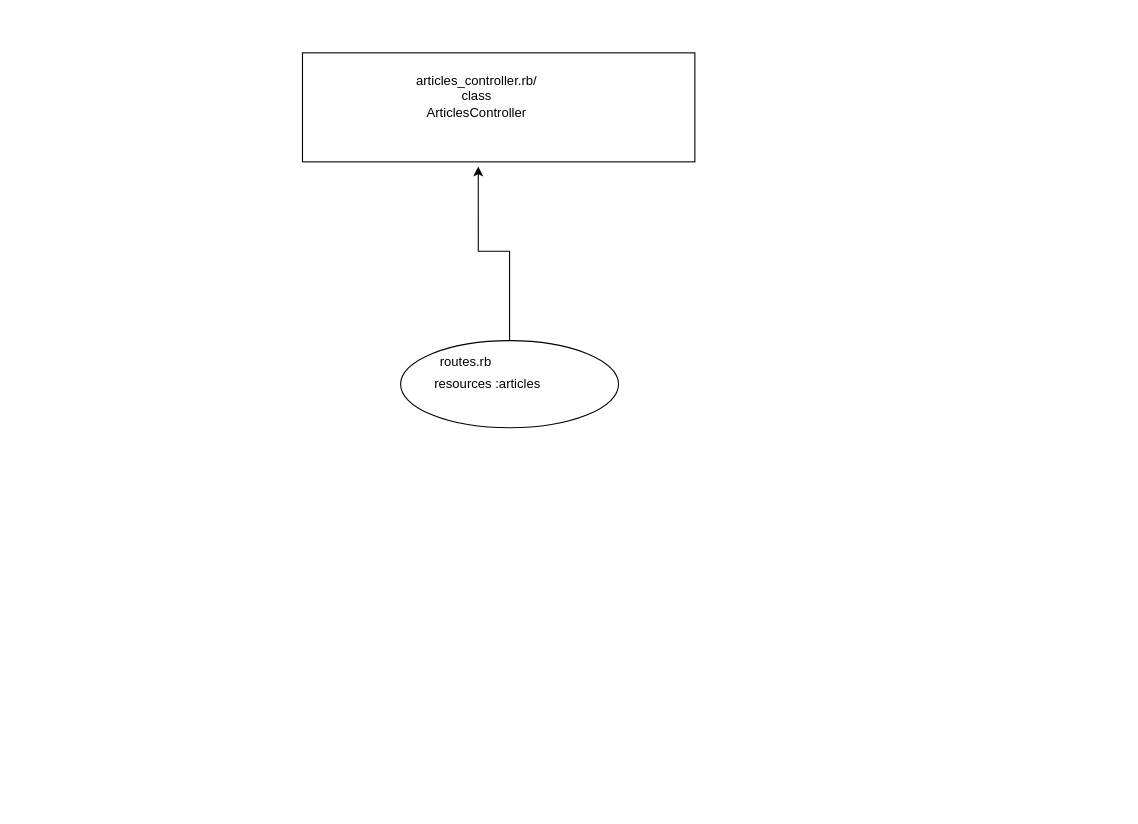
humblewolf/peanut-butter keeps this draw.io diagram as Untitled Diagram.drawio. Above is the earlier version. Source tidied: cells renumbered, new cells numbered last; positions are measured from the earlier drawing's top-left corner, leaving out a move shared by most shapes. Both pictures are drawn from the tidied source at 109%, with x=0, y=0 at pixel (302, 52).
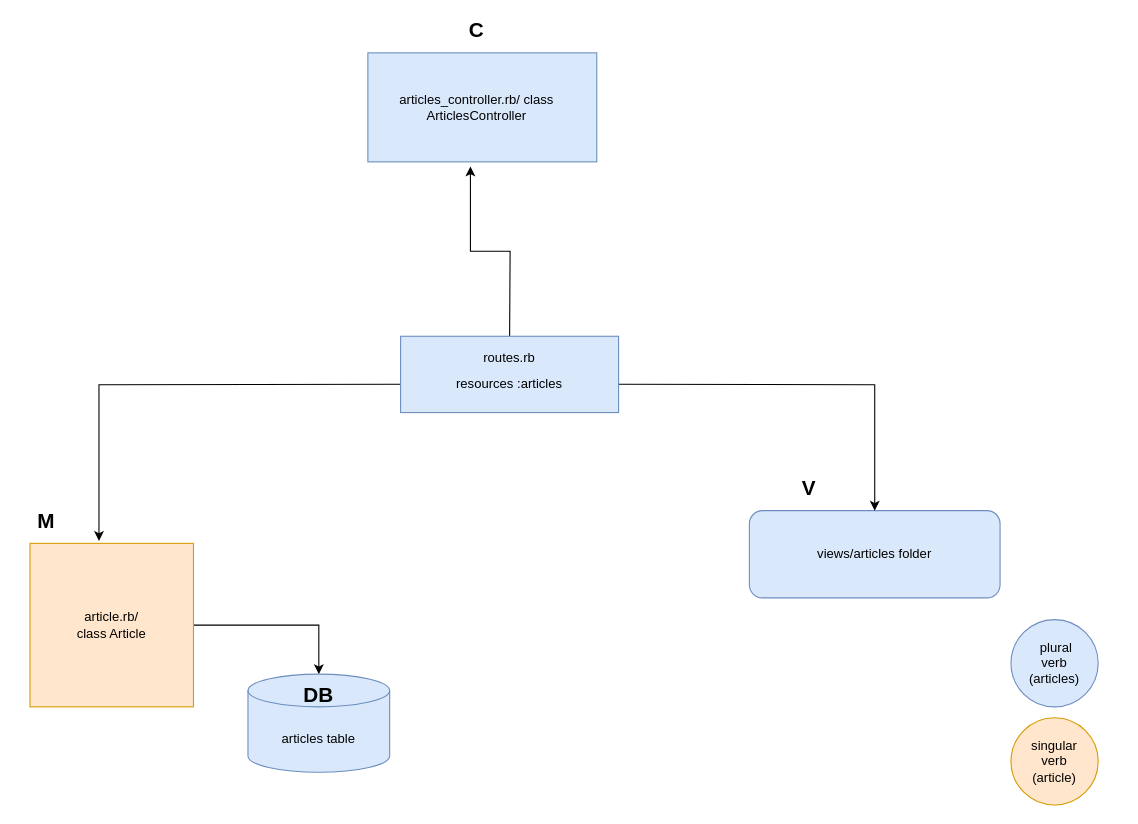
The same diagram, later.

Diff of the diagram source:
```diff
@@
-    <mxCell id="2" style="group;" parent="1" vertex="1">
-      <mxGeometry x="90" y="264" width="200" height="80" as="geometry" />
-    </mxCell>
-    <mxCell id="3" style="ellipse;whiteSpace=wrap;html=1;" parent="2" vertex="1">
-      <mxGeometry width="200" height="80" as="geometry" />
-    </mxCell>
-    <mxCell id="4" value="routes.rb" style="text;html=1;strokeColor=none;fillColor=none;align=center;verticalAlign=middle;whiteSpace=wrap;rounded=0;" parent="2" vertex="1">
-      <mxGeometry x="40" y="10" width="40" height="20" as="geometry" />
-    </mxCell>
-    <mxCell id="5" value="resources :articles" style="text;html=1;strokeColor=none;fillColor=none;align=center;verticalAlign=middle;whiteSpace=wrap;rounded=0;" parent="2" vertex="1">
-      <mxGeometry x="20" y="30" width="120" height="20" as="geometry" />
-    </mxCell>
-    <mxCell id="6" style="rounded=0;whiteSpace=wrap;html=1;" parent="1" vertex="1">
-      <mxGeometry width="360" height="100" as="geometry" />
+    <mxCell id="6" style="rounded=0;whiteSpace=wrap;html=1;fillColor=#dae8fc;strokeColor=#6c8ebf;" parent="1" vertex="1">
+      <mxGeometry x="60" width="210" height="100" as="geometry" />
     </mxCell>
     <mxCell id="7" value="articles_controller.rb/ class ArticlesController" style="text;html=1;strokeColor=none;fillColor=none;align=center;verticalAlign=middle;whiteSpace=wrap;rounded=0;" parent="1" vertex="1">
-      <mxGeometry x="130" y="30" width="60" height="20" as="geometry" />
+      <mxGeometry x="70" y="40" width="180" height="20" as="geometry" />
     </mxCell>
-    <mxCell id="8" style="edgeStyle=orthogonalEdgeStyle;rounded=0;jettySize=auto;html=1;entryX=0.448;entryY=1.043;entryDx=0;entryDy=0;entryPerimeter=0;" parent="1" edge="1" source="3" target="6">
-      <mxGeometry relative="1" as="geometry" />
+    <mxCell id="8" style="edgeStyle=orthogonalEdgeStyle;rounded=0;jettySize=auto;html=1;entryX=0.448;entryY=1.043;entryDx=0;entryDy=0;entryPerimeter=0;" parent="1" edge="1" target="6">
+      <mxGeometry relative="1" as="geometry">
+        <mxPoint x="190" y="264" as="sourcePoint" />
+      </mxGeometry>
     </mxCell>
+    <mxCell id="9" style="edgeStyle=orthogonalEdgeStyle;rounded=0;jettySize=auto;html=1;entryX=0.5;entryY=0;entryDx=0;entryDy=0;entryPerimeter=0;" parent="1" edge="1" source="10" target="16">
+      <mxGeometry relative="1" as="geometry" />
+    </mxCell>
+    <mxCell id="10" style="rectangle;whiteSpace=wrap;html=1;fillColor=#ffe6cc;strokeColor=#d79b00;" parent="1" vertex="1">
+      <mxGeometry x="-250" y="450" width="150" height="150" as="geometry" />
+    </mxCell>
+    <mxCell id="11" value="article.rb/ class Article" style="text;html=1;strokeColor=none;fillColor=none;align=center;verticalAlign=middle;whiteSpace=wrap;rounded=0;" parent="1" vertex="1">
+      <mxGeometry x="-210" y="515" width="70" height="20" as="geometry" />
+    </mxCell>
+    <mxCell id="12" style="edgeStyle=orthogonalEdgeStyle;rounded=0;jettySize=auto;html=1;entryX=0.422;entryY=-0.015;entryDx=0;entryDy=0;entryPerimeter=0;" parent="1" edge="1" target="10">
+      <mxGeometry relative="1" as="geometry">
+        <mxPoint x="90" y="304" as="sourcePoint" />
+      </mxGeometry>
+    </mxCell>
+    <mxCell id="13" style="rounded=1;whiteSpace=wrap;html=1;fillColor=#dae8fc;strokeColor=#6c8ebf;" parent="1" vertex="1">
+      <mxGeometry x="410" y="420" width="230" height="80" as="geometry" />
+    </mxCell>
+    <mxCell id="14" value="views/articles folder" style="text;html=1;strokeColor=none;fillColor=none;align=center;verticalAlign=middle;whiteSpace=wrap;rounded=0;" parent="1" vertex="1">
+      <mxGeometry x="450" y="450" width="150" height="20" as="geometry" />
+    </mxCell>
+    <mxCell id="15" style="edgeStyle=orthogonalEdgeStyle;rounded=0;jettySize=auto;html=1;entryX=0.5;entryY=0;entryDx=0;entryDy=0;" parent="1" edge="1" target="13">
+      <mxGeometry relative="1" as="geometry">
+        <mxPoint x="290" y="304" as="sourcePoint" />
+      </mxGeometry>
+    </mxCell>
+    <mxCell id="16" style="shape=cylinder3;whiteSpace=wrap;html=1;boundedLbl=1;backgroundOutline=1;size=15;fillColor=#dae8fc;strokeColor=#6c8ebf;" parent="1" vertex="1">
+      <mxGeometry x="-50" y="570" width="130" height="90" as="geometry" />
+    </mxCell>
+    <mxCell id="17" value="articles table" style="text;html=1;strokeColor=none;fillColor=none;align=center;verticalAlign=middle;whiteSpace=wrap;rounded=0;" parent="1" vertex="1">
+      <mxGeometry x="-30" y="620" width="90" height="20" as="geometry" />
+    </mxCell>
+    <mxCell id="18" value="&lt;font style=&quot;font-size: 19px&quot;&gt;&lt;b&gt;C&lt;/b&gt;&lt;/font&gt;" style="text;html=1;strokeColor=none;fillColor=none;align=center;verticalAlign=middle;whiteSpace=wrap;rounded=0;" parent="1" vertex="1">
+      <mxGeometry x="135" y="-30" width="50" height="20" as="geometry" />
+    </mxCell>
+    <mxCell id="19" value="&lt;font style=&quot;font-size: 19px&quot;&gt;&lt;b&gt;M&lt;/b&gt;&lt;/font&gt;" style="text;html=1;strokeColor=none;fillColor=none;align=center;verticalAlign=middle;whiteSpace=wrap;rounded=0;" parent="1" vertex="1">
+      <mxGeometry x="-260" y="420" width="50" height="20" as="geometry" />
+    </mxCell>
+    <mxCell id="20" value="&lt;font style=&quot;font-size: 19px&quot;&gt;&lt;b&gt;V&lt;/b&gt;&lt;/font&gt;" style="text;html=1;strokeColor=none;fillColor=none;align=center;verticalAlign=middle;whiteSpace=wrap;rounded=0;" parent="1" vertex="1">
+      <mxGeometry x="440" y="390" width="50" height="20" as="geometry" />
+    </mxCell>
+    <mxCell id="21" value="&lt;font style=&quot;font-size: 19px&quot;&gt;&lt;b&gt;DB&lt;/b&gt;&lt;/font&gt;" style="text;html=1;strokeColor=none;fillColor=none;align=center;verticalAlign=middle;whiteSpace=wrap;rounded=0;" parent="1" vertex="1">
+      <mxGeometry x="-10" y="580" width="50" height="20" as="geometry" />
+    </mxCell>
+    <mxCell id="22" style="group;" parent="1" vertex="1">
+      <mxGeometry x="650" y="520" width="100" height="80" as="geometry" />
+    </mxCell>
+    <mxCell id="23" style="ellipse;whiteSpace=wrap;html=1;fillColor=#dae8fc;strokeColor=#6c8ebf;" parent="22" vertex="1">
+      <mxGeometry width="80" height="80" as="geometry" />
+    </mxCell>
+    <mxCell id="24" value="&amp;nbsp;plural verb (articles)" style="text;html=1;strokeColor=none;fillColor=none;align=center;verticalAlign=middle;whiteSpace=wrap;rounded=0;" parent="22" vertex="1">
+      <mxGeometry x="15" y="30" width="50" height="20" as="geometry" />
+    </mxCell>
+    <mxCell id="25" style="group;" parent="1" vertex="1">
+      <mxGeometry x="650" y="610" width="80" height="80" as="geometry" />
+    </mxCell>
+    <mxCell id="26" style="ellipse;whiteSpace=wrap;html=1;fillColor=#ffe6cc;strokeColor=#d79b00;" parent="25" vertex="1">
+      <mxGeometry width="80" height="80" as="geometry" />
+    </mxCell>
+    <mxCell id="27" value="singular verb (article)" style="text;html=1;strokeColor=none;fillColor=none;align=center;verticalAlign=middle;whiteSpace=wrap;rounded=0;" parent="25" vertex="1">
+      <mxGeometry x="20" y="30" width="40" height="20" as="geometry" />
+    </mxCell>
+    <mxCell id="28" style="rounded=0;whiteSpace=wrap;html=1;fillColor=#dae8fc;strokeColor=#6c8ebf;" parent="1" vertex="1">
+      <mxGeometry x="90" y="260" width="200" height="70" as="geometry" />
+    </mxCell>
+    <mxCell id="4" value="routes.rb" style="text;html=1;strokeColor=none;fillColor=none;align=center;verticalAlign=middle;whiteSpace=wrap;rounded=0;" parent="1" vertex="1">
+      <mxGeometry x="170" y="270" width="40" height="20" as="geometry" />
+    </mxCell>
+    <mxCell id="5" value="resources :articles" style="text;html=1;strokeColor=none;fillColor=none;align=center;verticalAlign=middle;whiteSpace=wrap;rounded=0;" parent="1" vertex="1">
+      <mxGeometry x="120" y="294" width="140" height="20" as="geometry" />
+    </mxCell>
```
